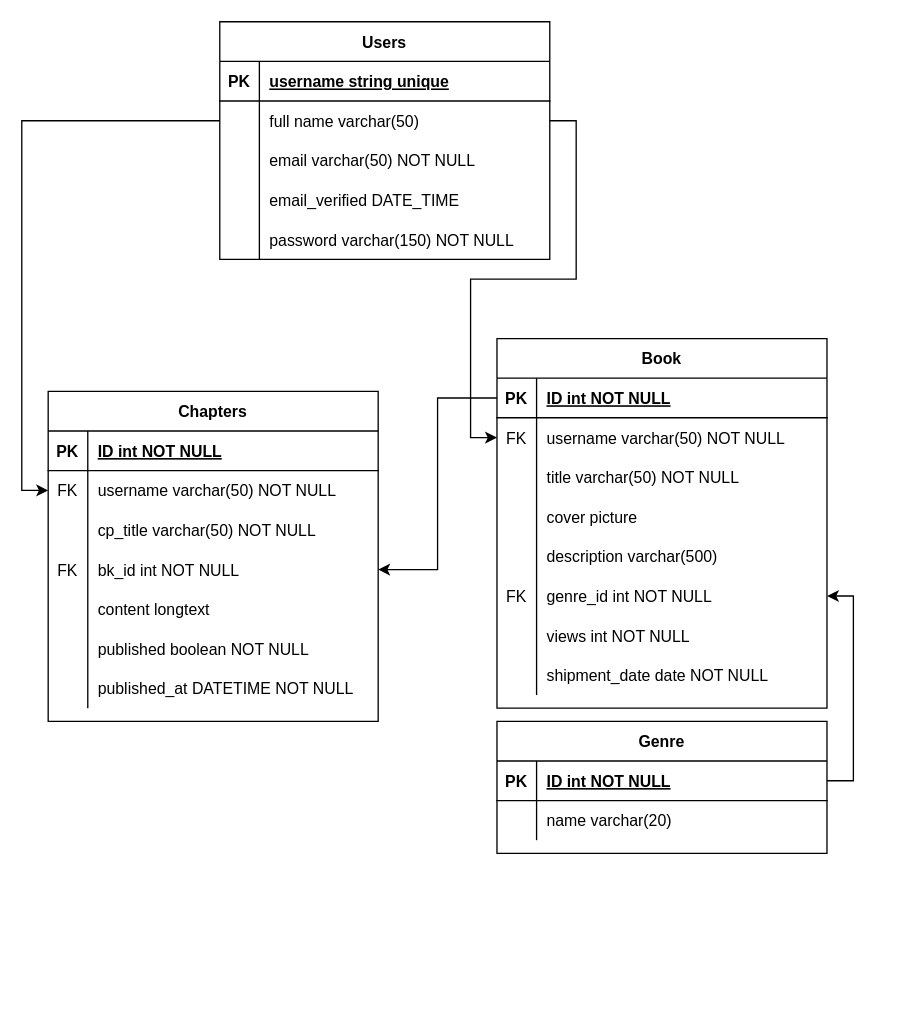
This is database.drawio from Draconim/webprog3, a draw.io file, before an edit. Source tidied: cells renumbered, new cells numbered last; positions are measured from the earlier drawing's top-left corner, leaving out a move shared by most shapes. Both pictures are drawn from the tidied source at 132%, with x=0, y=0 at pixel (48, 21).
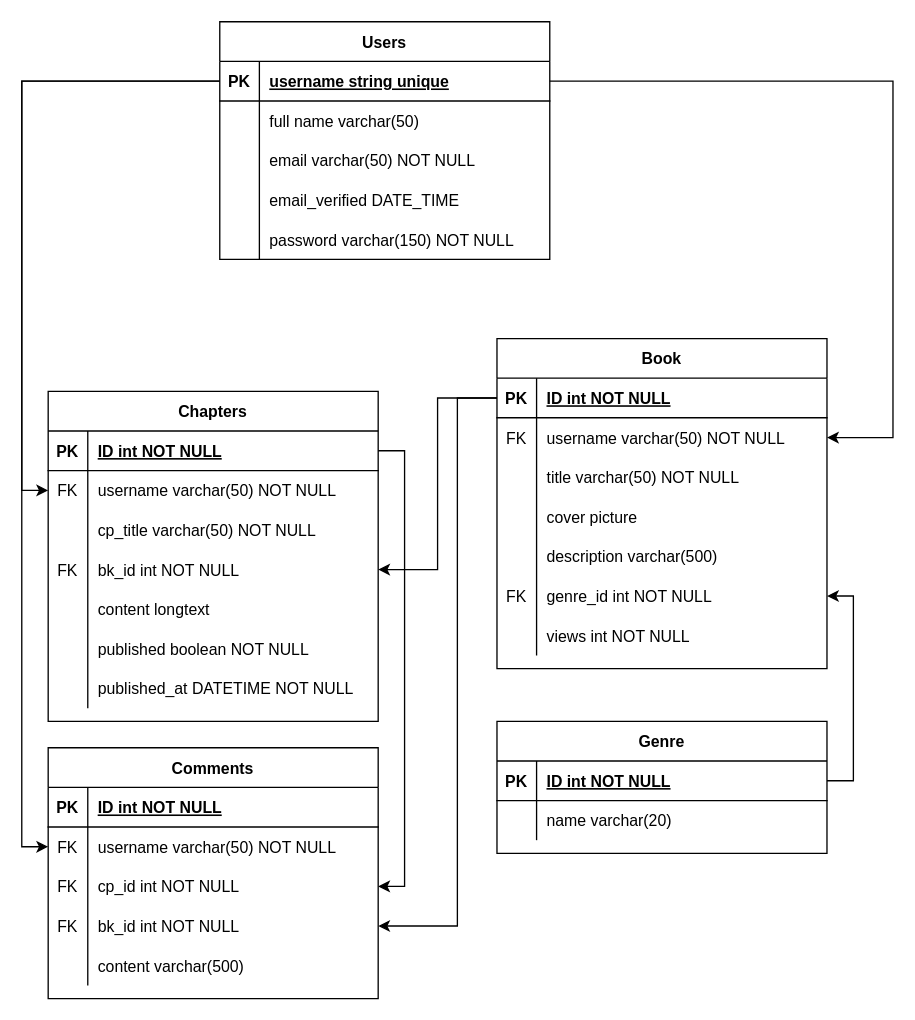
Above is the later version.

Commit message:
Finished database plan

Unchanged cells that the change refers to:
```xml
<mxCell id="10" style="shape=partialRectangle;fillColor=none;points=[[0,0.5],[1,0.5]];portConstraint=eastwest;top=0;left=0;right=0;bottom=1;" parent="9" vertex="1">
  <mxGeometry y="30" width="250" height="30" as="geometry" />
</mxCell>
<mxCell id="13" style="shape=partialRectangle;fillColor=none;points=[[0,0.5],[1,0.5]];portConstraint=eastwest;top=0;left=0;right=0;bottom=0;" parent="9" vertex="1">
  <mxGeometry y="60" width="250" height="30" as="geometry" />
</mxCell>
<mxCell id="35" style="shape=partialRectangle;fillColor=none;points=[[0,0.5],[1,0.5]];portConstraint=eastwest;top=0;left=0;right=0;bottom=1;" parent="34" vertex="1">
  <mxGeometry y="30" width="250" height="30" as="geometry" />
</mxCell>
<mxCell id="38" style="shape=partialRectangle;fillColor=none;points=[[0,0.5],[1,0.5]];portConstraint=eastwest;top=0;left=0;right=0;bottom=0;" parent="34" vertex="1">
  <mxGeometry y="60" width="250" height="30" as="geometry" />
</mxCell>
<mxCell id="52" style="shape=partialRectangle;fillColor=none;points=[[0,0.5],[1,0.5]];portConstraint=eastwest;top=0;left=0;right=0;bottom=1;" parent="51" vertex="1">
  <mxGeometry y="30" width="250" height="30" as="geometry" />
</mxCell>
<mxCell id="55" style="shape=partialRectangle;fillColor=none;points=[[0,0.5],[1,0.5]];portConstraint=eastwest;top=0;left=0;right=0;bottom=0;" parent="51" vertex="1">
  <mxGeometry y="60" width="250" height="30" as="geometry" />
</mxCell>
```

What changed in the source:
```diff
@@
     <mxCell id="9" value="Book" style="shape=table;startSize=30;childLayout=tableLayout;rowLines=0;fontStyle=1;align=center;" parent="1" vertex="1">
-      <mxGeometry x="340" y="240" width="250" height="280" as="geometry" />
+      <mxGeometry x="340" y="240" width="250" height="250" as="geometry" />
     </mxCell>
@@
-    <mxCell id="31" style="shape=partialRectangle;fillColor=none;top=0;left=0;right=0;bottom=0;" parent="9" vertex="1">
-      <mxGeometry y="240" width="250" height="30" as="geometry" />
-    </mxCell>
-    <mxCell id="32" style="shape=partialRectangle;overflow=hidden;fillColor=none;top=0;left=0;bottom=0;right=0;" parent="31" vertex="1">
-      <mxGeometry width="30" height="30" as="geometry" />
-    </mxCell>
-    <mxCell id="33" value="shipment_date date NOT NULL" style="shape=partialRectangle;overflow=hidden;fillColor=none;top=0;left=0;bottom=0;right=0;align=left;spacingLeft=6;" parent="31" vertex="1">
-      <mxGeometry x="30" width="220" height="30" as="geometry" />
-    </mxCell>
@@
-    <mxCell id="50" style="edgeStyle=orthogonalEdgeStyle;rounded=0;jettySize=auto;html=1;exitX=1;exitY=0.5;exitDx=0;exitDy=0;" parent="1" edge="1" source="38" target="13">
-      <mxGeometry relative="1" as="geometry" />
+    <mxCell id="50" style="edgeStyle=orthogonalEdgeStyle;rounded=0;jettySize=auto;html=1;exitX=1;exitY=0.5;exitDx=0;exitDy=0;" parent="1" edge="1" source="35" target="13">
+      <mxGeometry relative="1" as="geometry">
+        <Array as="points">
+          <mxPoint x="640" y="45" />
+          <mxPoint x="640" y="315" />
+        </Array>
+      </mxGeometry>
     </mxCell>
@@
-    <mxCell id="73" style="edgeStyle=orthogonalEdgeStyle;rounded=0;jettySize=auto;html=1;exitX=0;exitY=0.5;exitDx=0;exitDy=0;entryX=0;entryY=0.5;entryDx=0;entryDy=0;" parent="1" edge="1" source="38" target="55">
+    <mxCell id="73" style="edgeStyle=orthogonalEdgeStyle;rounded=0;jettySize=auto;html=1;exitX=0;exitY=0.5;exitDx=0;exitDy=0;entryX=0;entryY=0.5;entryDx=0;entryDy=0;" parent="1" edge="1" source="35" target="55">
       <mxGeometry relative="1" as="geometry" />
     </mxCell>
@@
+    <mxCell id="76" value="Comments" style="shape=table;startSize=30;childLayout=tableLayout;rowLines=0;fontStyle=1;align=center;" parent="1" vertex="1">
+      <mxGeometry y="550" width="250" height="190" as="geometry" />
+    </mxCell>
+    <mxCell id="77" style="shape=partialRectangle;fillColor=none;top=0;left=0;right=0;bottom=1;" parent="76" vertex="1">
+      <mxGeometry y="30" width="250" height="30" as="geometry" />
+    </mxCell>
+    <mxCell id="78" value="PK" style="shape=partialRectangle;overflow=hidden;fillColor=none;top=0;left=0;bottom=0;right=0;fontStyle=1;" parent="77" vertex="1">
+      <mxGeometry width="30" height="30" as="geometry" />
+    </mxCell>
+    <mxCell id="79" value="ID int NOT NULL" style="shape=partialRectangle;overflow=hidden;fillColor=none;top=0;left=0;bottom=0;right=0;align=left;spacingLeft=6;fontStyle=5;" parent="77" vertex="1">
+      <mxGeometry x="30" width="220" height="30" as="geometry" />
+    </mxCell>
+    <mxCell id="80" style="shape=partialRectangle;fillColor=none;points=[[0,0.5],[1,0.5]];portConstraint=eastwest;top=0;left=0;right=0;bottom=0;" parent="76" vertex="1">
+      <mxGeometry y="60" width="250" height="30" as="geometry" />
+    </mxCell>
+    <mxCell id="81" value="FK" style="shape=partialRectangle;overflow=hidden;fillColor=none;top=0;left=0;bottom=0;right=0;" parent="80" vertex="1">
+      <mxGeometry width="30" height="30" as="geometry" />
+    </mxCell>
+    <mxCell id="82" value="username varchar(50) NOT NULL" style="shape=partialRectangle;overflow=hidden;fillColor=none;top=0;left=0;bottom=0;right=0;align=left;spacingLeft=6;" parent="80" vertex="1">
+      <mxGeometry x="30" width="220" height="30" as="geometry" />
+    </mxCell>
+    <mxCell id="83" style="shape=partialRectangle;fillColor=none;points=[[0,0.5],[1,0.5]];portConstraint=eastwest;top=0;left=0;right=0;bottom=0;" parent="76" vertex="1">
+      <mxGeometry y="90" width="250" height="30" as="geometry" />
+    </mxCell>
+    <mxCell id="84" value="FK" style="shape=partialRectangle;overflow=hidden;fillColor=none;top=0;left=0;bottom=0;right=0;" parent="83" vertex="1">
+      <mxGeometry width="30" height="30" as="geometry" />
+    </mxCell>
+    <mxCell id="85" value="cp_id int NOT NULL" style="shape=partialRectangle;overflow=hidden;fillColor=none;top=0;left=0;bottom=0;right=0;align=left;spacingLeft=6;" parent="83" vertex="1">
+      <mxGeometry x="30" width="220" height="30" as="geometry" />
+    </mxCell>
+    <mxCell id="86" style="shape=partialRectangle;fillColor=none;points=[[0,0.5],[1,0.5]];portConstraint=eastwest;top=0;left=0;right=0;bottom=0;" parent="76" vertex="1">
+      <mxGeometry y="120" width="250" height="30" as="geometry" />
+    </mxCell>
+    <mxCell id="87" value="FK" style="shape=partialRectangle;overflow=hidden;fillColor=none;top=0;left=0;bottom=0;right=0;" parent="86" vertex="1">
+      <mxGeometry width="30" height="30" as="geometry" />
+    </mxCell>
+    <mxCell id="88" value="bk_id int NOT NULL" style="shape=partialRectangle;overflow=hidden;fillColor=none;top=0;left=0;bottom=0;right=0;align=left;spacingLeft=6;" parent="86" vertex="1">
+      <mxGeometry x="30" width="220" height="30" as="geometry" />
+    </mxCell>
+    <mxCell id="89" style="shape=partialRectangle;fillColor=none;top=0;left=0;right=0;bottom=0;" parent="76" vertex="1">
+      <mxGeometry y="150" width="250" height="30" as="geometry" />
+    </mxCell>
+    <mxCell id="32" style="shape=partialRectangle;overflow=hidden;fillColor=none;top=0;left=0;bottom=0;right=0;" parent="89" vertex="1">
+      <mxGeometry width="30" height="30" as="geometry" />
+    </mxCell>
+    <mxCell id="90" value="content varchar(500)" style="shape=partialRectangle;overflow=hidden;fillColor=none;top=0;left=0;bottom=0;right=0;align=left;spacingLeft=6;" parent="89" vertex="1">
+      <mxGeometry x="30" width="220" height="30" as="geometry" />
+    </mxCell>
+    <mxCell id="91" style="edgeStyle=orthogonalEdgeStyle;rounded=0;jettySize=auto;html=1;exitX=0;exitY=0.5;exitDx=0;exitDy=0;entryX=0;entryY=0.5;entryDx=0;entryDy=0;" parent="1" edge="1" source="35" target="80">
+      <mxGeometry relative="1" as="geometry" />
+    </mxCell>
+    <mxCell id="92" style="edgeStyle=orthogonalEdgeStyle;rounded=0;jettySize=auto;html=1;exitX=1;exitY=0.5;exitDx=0;exitDy=0;entryX=1;entryY=0.5;entryDx=0;entryDy=0;" parent="1" edge="1" source="52" target="83">
+      <mxGeometry relative="1" as="geometry" />
+    </mxCell>
+    <mxCell id="93" style="edgeStyle=orthogonalEdgeStyle;rounded=0;jettySize=auto;html=1;exitX=0;exitY=0.5;exitDx=0;exitDy=0;entryX=1;entryY=0.5;entryDx=0;entryDy=0;" parent="1" edge="1" source="10" target="86">
+      <mxGeometry relative="1" as="geometry">
+        <Array as="points">
+          <mxPoint x="310" y="285" />
+          <mxPoint x="310" y="685" />
+        </Array>
+      </mxGeometry>
+    </mxCell>
```
